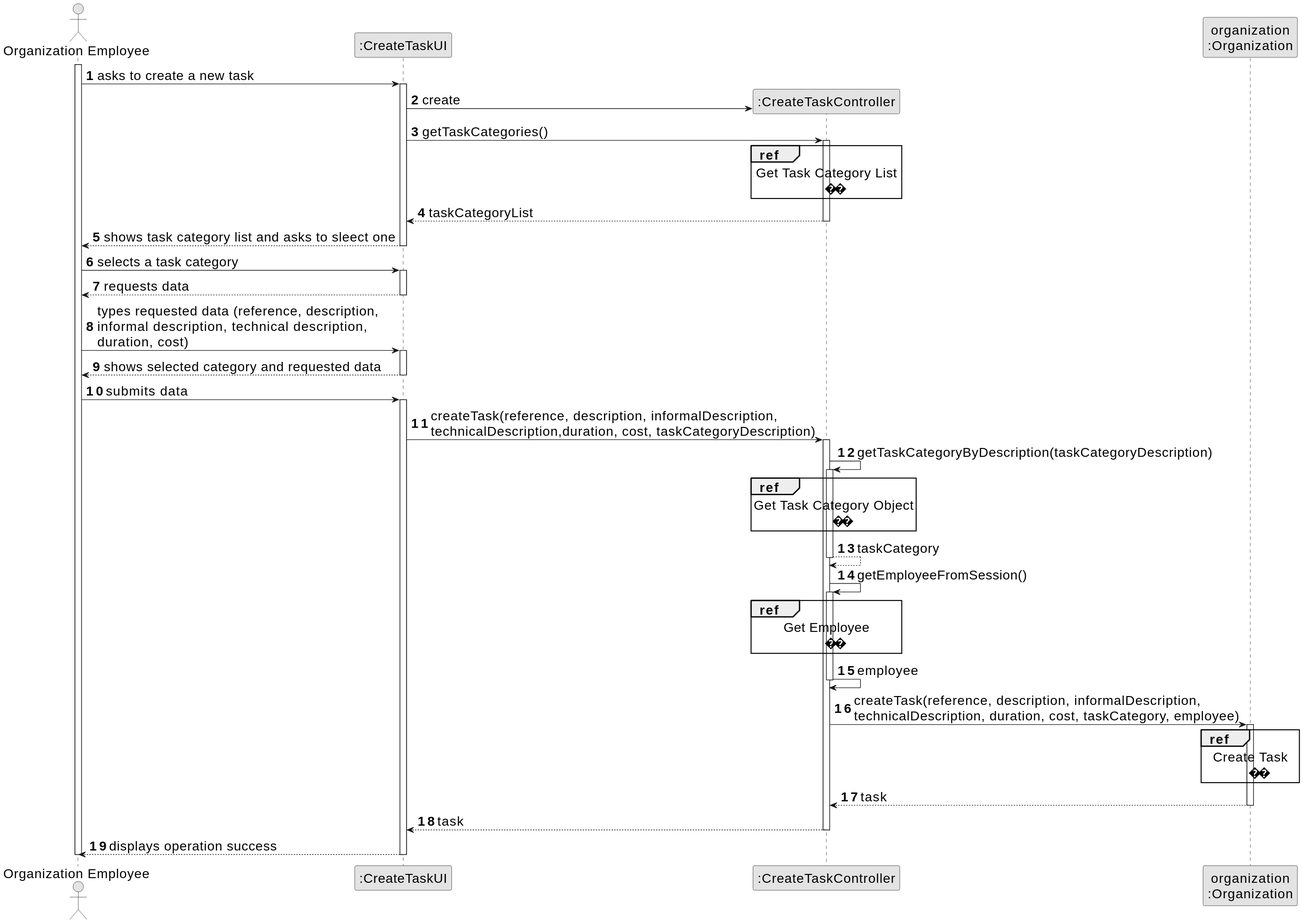
Earlier version of the PlantUML export docs/sprintA&B/us002/03.design/svg/us002-sequence-diagram-split.svg (daniel41silva05/ISEP_2023_2024_LAPR2). The source it was exported from:
```plantuml
@startuml
skinparamlocked defaultFontSize 20
skinparam monochrome true
skinparam packageStyle rectangle
skinparam shadowing false

autonumber

actor "Organization Employee" as ADM
participant ":CreateTaskUI" as UI
participant ":CreateTaskController" as CTRL
participant "organization\n:Organization" as ORG

activate ADM

    ADM -> UI : asks to create a new task

    activate UI

        UI -> CTRL** : create
        UI -> CTRL : getTaskCategories()
        ref over CTRL
            Get Task Category List

        end ref

        activate CTRL

            CTRL --> UI : taskCategoryList
        deactivate CTRL

        UI --> ADM : shows task category list and asks to sleect one
    deactivate UI

    ADM -> UI : selects a task category
    activate UI

        UI --> ADM : requests data
    deactivate UI

    ADM -> UI : types requested data (reference, description,\ninformal description, technical description,\nduration, cost)
    activate UI

        UI --> ADM : shows selected category and requested data
    deactivate UI

    ADM -> UI : submits data
    activate UI

        UI -> CTRL : createTask(reference, description, informalDescription,\ntechnicalDescription,duration, cost, taskCategoryDescription)
        activate CTRL

            CTRL -> CTRL : getTaskCategoryByDescription(taskCategoryDescription)
            activate CTRL

                ref over CTRL
                    Get Task Category Object

                end ref

                CTRL --> CTRL : taskCategory
            deactivate CTRL

            CTRL -> CTRL : getEmployeeFromSession()
            activate CTRL

                ref over CTRL
                    Get Employee

                end ref
                CTRL -> CTRL : employee
            deactivate CTRL

            CTRL -> ORG: createTask(reference, description, informalDescription,\ntechnicalDescription, duration, cost, taskCategory, employee)
            activate ORG

                ref over ORG
                    Create Task

                end

                ORG --> CTRL : task
            deactivate ORG

            CTRL --> UI: task
            deactivate CTRL
            UI --> ADM: displays operation success
    deactivate UI

deactivate ADM
@enduml
```
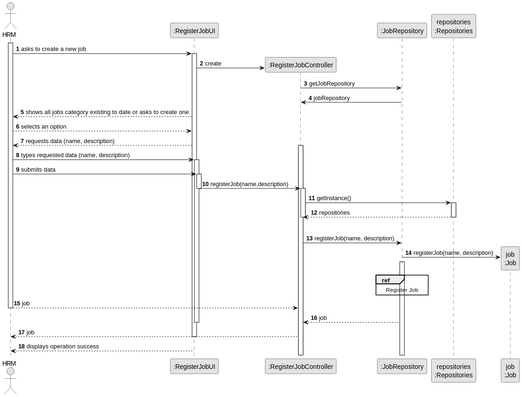
After the commit.

What changed in the source:
```diff
@@ -1,91 +1,85 @@
 @startuml
-skinparamlocked defaultFontSize 20
 skinparam monochrome true
 skinparam packageStyle rectangle
 skinparam shadowing false
 
+
 autonumber
 
-actor "Organization Employee" as ADM
-participant ":CreateTaskUI" as UI
-participant ":CreateTaskController" as CTRL
-participant "organization\n:Organization" as ORG
 
-activate ADM
+actor "HRM" as HRM
+participant ":RegisterJobUI" as UI
+participant ":RegisterJobController" as CTRL
+participant ":JobRepository" as JOBS
+participant "repositories\n:Repositories" as PLAT
+participant "job\n:Job" as JOB
 
-    ADM -> UI : asks to create a new task
+activate HRM
 
+        HRM -> UI : asks to create a new job
+
+        activate UI
+
+            create CTRL
+            UI -> CTRL** : create
+
+            CTRL -> JOBS : getJobRepository
+
+            JOBS -> CTRL : jobRepository
+
+            UI --> HRM : shows all jobs category existing to date or asks to create one
+
+            HRM --> UI : selects an option
+
+            UI --> HRM : requests data (name, description)
+
+            activate CTRL
+
+
+    HRM -> UI : types requested data (name, description)
     activate UI
 
-        UI -> CTRL** : create
-        UI -> CTRL : getTaskCategories()
-        ref over CTRL
-            Get Task Category List
 
-        end ref
+    HRM -> UI : submits data
+    activate UI
 
+        UI -> CTRL : registerJob(name,description)
+        deactivate UI
         activate CTRL
 
-            CTRL --> UI : taskCategoryList
-        deactivate CTRL
 
-        UI --> ADM : shows task category list and asks to sleect one
+                CTRL -> PLAT : getInstance()
+                activate PLAT
+
+                    PLAT --> CTRL: repositories
+                deactivate PLAT
+
+            deactivate CTRL
+
+
+            |||
+            CTRL -> JOBS: registerJob(name, description)
+
+                JOBS -> JOB**: registerJob(name, description)
+
+            activate JOBS
+            ref over JOBS
+                Register Job
+            end ref
+
+                HRM --> CTRL : job
+
+            deactivate HRM
+
+            JOBS --> CTRL: job
+            deactivate UI
+
+            CTRL --> HRM: job
+                        deactivate UI
+
+
+            UI --> HRM: displays operation success
     deactivate UI
 
-    ADM -> UI : selects a task category
-    activate UI
-
-        UI --> ADM : requests data
-    deactivate UI
-
-    ADM -> UI : types requested data (reference, description,\ninformal description, technical description,\nduration, cost)
-    activate UI
-
-        UI --> ADM : shows selected category and requested data
-    deactivate UI
-
-    ADM -> UI : submits data
-    activate UI
-
-        UI -> CTRL : createTask(reference, description, informalDescription,\ntechnicalDescription,duration, cost, taskCategoryDescription)
-        activate CTRL
-
-            CTRL -> CTRL : getTaskCategoryByDescription(taskCategoryDescription)
-            activate CTRL
-
-                ref over CTRL
-                    Get Task Category Object
-
-                end ref
-
-                CTRL --> CTRL : taskCategory
-            deactivate CTRL
-
-            CTRL -> CTRL : getEmployeeFromSession()
-            activate CTRL
-
-                ref over CTRL
-                    Get Employee
-
-                end ref
-                CTRL -> CTRL : employee
-            deactivate CTRL
-
-            CTRL -> ORG: createTask(reference, description, informalDescription,\ntechnicalDescription, duration, cost, taskCategory, employee)
-            activate ORG
-
-                ref over ORG
-                    Create Task
-
-                end
-
-                ORG --> CTRL : task
-            deactivate ORG
-
-            CTRL --> UI: task
-            deactivate CTRL
-            UI --> ADM: displays operation success
-    deactivate UI
-
-deactivate ADM
+deactivate HRM
 @enduml
```
